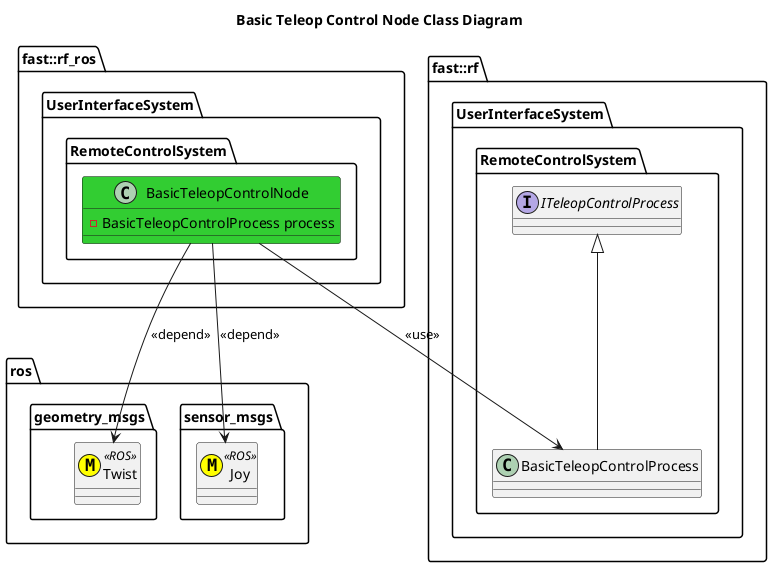
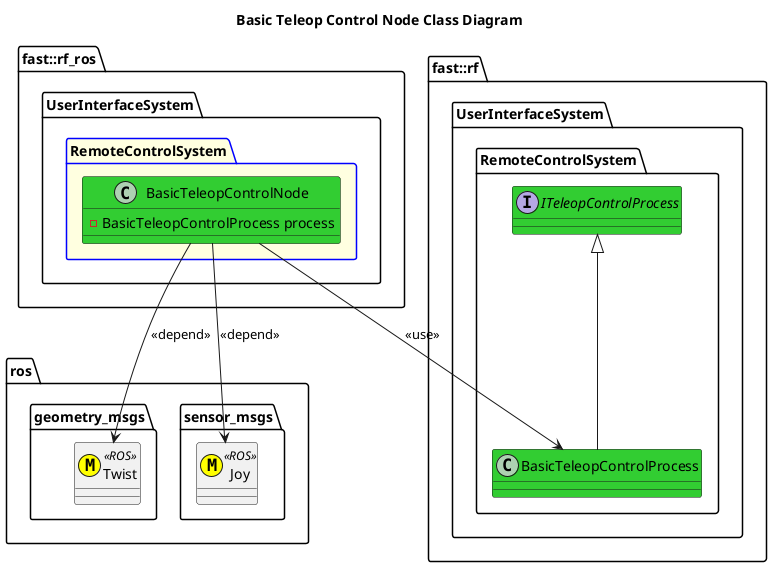
@startuml
title Basic Teleop Control Node Class Diagram

namespace ros {
  namespace geometry_msgs {
    class Twist <<(M,#FFFF00)>> <<ROS>>
  }
  namespace sensor_msgs {
    class Joy <<(M,#FFFF00)>> <<ROS>>
  }
}
namespace fast::rf {
    namespace UserInterfaceSystem {
        namespace RemoteControlSystem {
-             interface ITeleopControlProcess
-             class BasicTeleopControlProcess
+             interface ITeleopControlProcess #LimeGreen {}
+             class BasicTeleopControlProcess #LimeGreen {}
            BasicTeleopControlProcess -up-|> ITeleopControlProcess
        }
    }
}
namespace fast::rf_ros {
   namespace UserInterfaceSystem {
-         namespace RemoteControlSystem {
+         package RemoteControlSystem #LightYellow;line:blue {
            class BasicTeleopControlNode #LimeGreen {
                -BasicTeleopControlProcess process
            }
            BasicTeleopControlNode --> BasicTeleopControlProcess: <<use>>
            BasicTeleopControlNode --> Twist: <<depend>>
            BasicTeleopControlNode --> Joy: <<depend>>
        }
    }
}
@enduml
